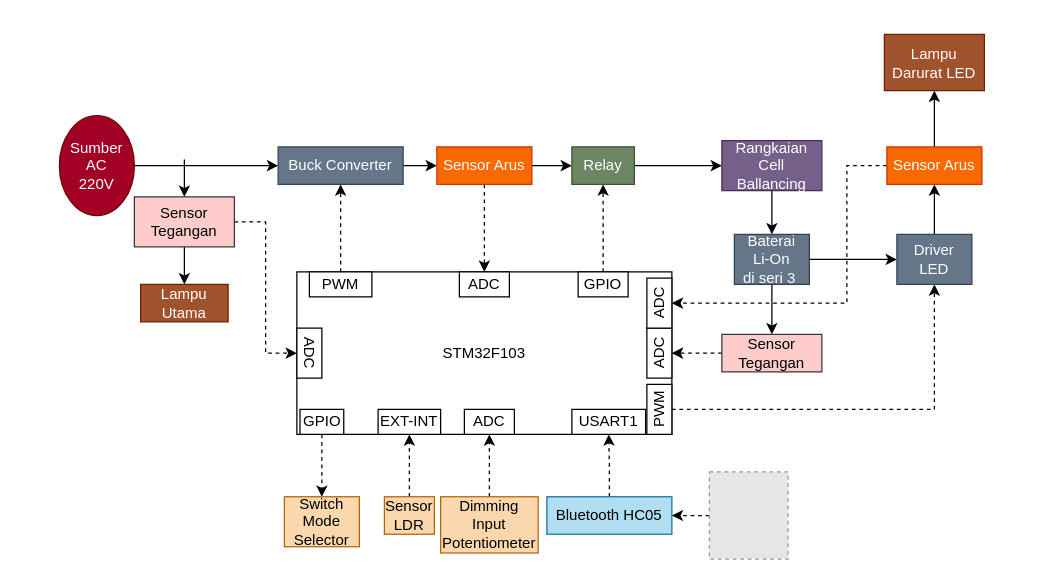
Before: fixblok.drawio in Alfinaatika9/CRUD, a draw.io diagram. Source tidied: cells renumbered, new cells numbered last; positions are measured from the earlier drawing's top-left corner, leaving out a move shared by most shapes. Both pictures are drawn from the tidied source at 125%, with x=0, y=0 at pixel (59, 34). Pictures stored in the file or linked from it are replaced by grey dashed boxes.
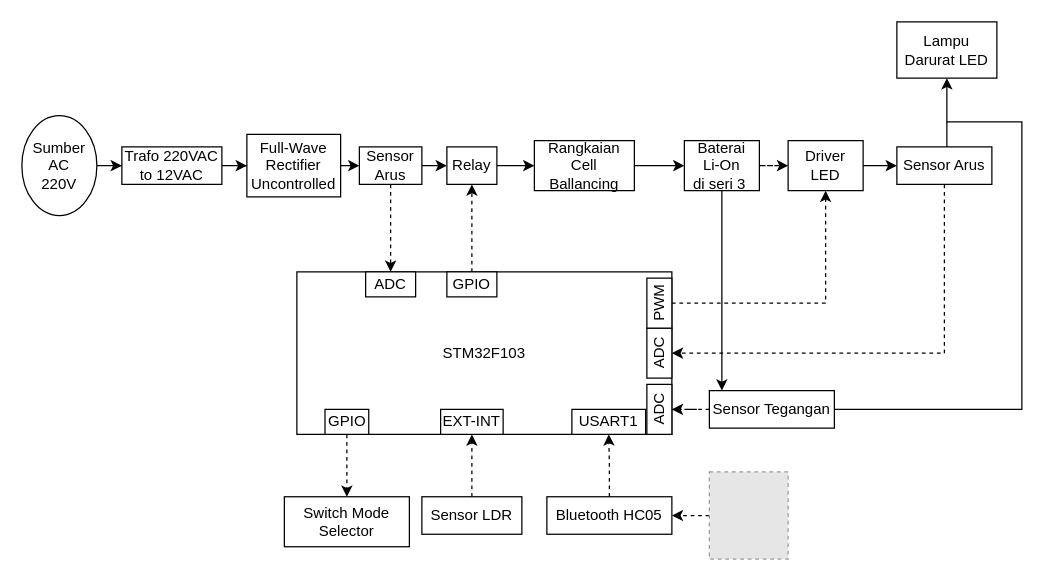
Above is the later version.

Unchanged cells that the change refers to:
```xml
<mxCell id="6" value="STM32F103" style="rounded=0;whiteSpace=wrap;html=1;" parent="1" vertex="1">
  <mxGeometry x="190" y="190" width="300" height="130" as="geometry" />
</mxCell>
<mxCell id="28" value="ADC" style="rounded=0;whiteSpace=wrap;html=1;rotation=-90;" parent="1" vertex="1">
  <mxGeometry x="460" y="245" width="40" height="20" as="geometry" />
</mxCell>
```

Diff of the diagram source:
```diff
@@
-    <mxCell id="2" style="edgeStyle=orthogonalEdgeStyle;rounded=0;jettySize=auto;html=1;" parent="1" edge="1" source="3" target="5">
-      <mxGeometry relative="1" as="geometry">
-        <Array as="points">
-          <mxPoint x="90" y="105" />
-          <mxPoint x="90" y="105" />
-        </Array>
-      </mxGeometry>
-    </mxCell>
+    <mxCell id="54" style="edgeStyle=orthogonalEdgeStyle;rounded=0;jettySize=auto;html=1;" parent="1" edge="1" source="3" target="60">
+      <mxGeometry relative="1" as="geometry" />
+    </mxCell>
-    <mxCell id="3" value="Sumber AC&lt;br&gt;220V" style="ellipse;whiteSpace=wrap;html=1;direction=south;fillColor=#a20025;strokeColor=#6F0000;fontColor=#ffffff;" parent="1" vertex="1">
-      <mxGeometry y="65" width="60" height="80" as="geometry" />
+    <mxCell id="3" value="Sumber AC&lt;br&gt;220V" style="ellipse;whiteSpace=wrap;html=1;direction=south;" parent="1" vertex="1">
+      <mxGeometry x="-30" y="65" width="60" height="80" as="geometry" />
     </mxCell>
-    <mxCell id="4" style="edgeStyle=orthogonalEdgeStyle;rounded=0;jettySize=auto;html=1;" parent="1" edge="1" source="5" target="17">
+    <mxCell id="4" style="edgeStyle=orthogonalEdgeStyle;rounded=0;jettySize=auto;html=1;exitX=1;exitY=0.5;exitDx=0;exitDy=0;entryX=0;entryY=0.5;entryDx=0;entryDy=0;" parent="1" edge="1" source="5" target="17">
       <mxGeometry relative="1" as="geometry" />
     </mxCell>
-    <mxCell id="5" value="Buck Converter" style="rounded=0;whiteSpace=wrap;html=1;fillColor=#647687;strokeColor=#314354;fontColor=#ffffff;" parent="1" vertex="1">
-      <mxGeometry x="175" y="90" width="100" height="30" as="geometry" />
+    <mxCell id="5" value="Full-Wave Rectifier Uncontrolled" style="rounded=0;whiteSpace=wrap;html=1;" parent="1" vertex="1">
+      <mxGeometry x="150" y="80" width="75" height="50" as="geometry" />
     </mxCell>
@@
-    <mxCell id="7" style="edgeStyle=orthogonalEdgeStyle;rounded=0;jettySize=auto;html=1;dashed=1;" parent="1" edge="1" source="8" target="5">
-      <mxGeometry relative="1" as="geometry" />
-    </mxCell>
-    <mxCell id="8" value="PWM" style="rounded=0;whiteSpace=wrap;html=1;" parent="1" vertex="1">
-      <mxGeometry x="200" y="190" width="50" height="20" as="geometry" />
-    </mxCell>
-    <mxCell id="9" value="ADC" style="rounded=0;whiteSpace=wrap;html=1;rotation=90;" parent="1" vertex="1">
-      <mxGeometry x="180" y="245" width="40" height="20" as="geometry" />
-    </mxCell>
-    <mxCell id="10" style="edgeStyle=orthogonalEdgeStyle;rounded=0;jettySize=auto;html=1;" parent="1" edge="1" source="12" target="13">
-      <mxGeometry relative="1" as="geometry" />
-    </mxCell>
-    <mxCell id="11" style="edgeStyle=orthogonalEdgeStyle;rounded=0;jettySize=auto;html=1;entryX=0;entryY=0.5;entryDx=0;entryDy=0;dashed=1;" parent="1" edge="1" source="12" target="6">
-      <mxGeometry relative="1" as="geometry" />
-    </mxCell>
-    <mxCell id="12" value="Sensor Tegangan" style="rounded=0;whiteSpace=wrap;html=1;fillColor=#ffcccc;strokeColor=#36393d;" parent="1" vertex="1">
-      <mxGeometry x="60" y="130" width="80" height="40" as="geometry" />
-    </mxCell>
-    <mxCell id="13" value="Lampu Utama" style="rounded=0;whiteSpace=wrap;html=1;fillColor=#a0522d;strokeColor=#6D1F00;fontColor=#ffffff;" parent="1" vertex="1">
-      <mxGeometry x="65" y="200" width="70" height="30" as="geometry" />
-    </mxCell>
-    <mxCell id="14" style="endArrow=classic;html=1;entryX=0.5;entryY=0;entryDx=0;entryDy=0;" parent="1" edge="1" target="12">
-      <mxGeometry relative="1" as="geometry">
-        <mxPoint x="100" y="100" as="sourcePoint" />
-      </mxGeometry>
-    </mxCell>
-    <mxCell id="15" style="edgeStyle=orthogonalEdgeStyle;rounded=0;jettySize=auto;html=1;dashed=1;" parent="1" edge="1" source="17" target="6">
-      <mxGeometry relative="1" as="geometry" />
-    </mxCell>
-    <mxCell id="16" style="edgeStyle=orthogonalEdgeStyle;rounded=0;jettySize=auto;html=1;" parent="1" edge="1" source="17" target="20">
-      <mxGeometry relative="1" as="geometry" />
-    </mxCell>
-    <mxCell id="17" value="Sensor Arus" style="rounded=0;whiteSpace=wrap;html=1;fillColor=#fa6800;strokeColor=#C73500;fontColor=#ffffff;" parent="1" vertex="1">
-      <mxGeometry x="302" y="90" width="76" height="30" as="geometry" />
-    </mxCell>
-    <mxCell id="18" value="ADC" style="rounded=0;whiteSpace=wrap;html=1;rotation=0;" parent="1" vertex="1">
-      <mxGeometry x="320" y="190" width="40" height="20" as="geometry" />
-    </mxCell>
@@
-    <mxCell id="20" value="Relay" style="rounded=0;whiteSpace=wrap;html=1;fillColor=#6d8764;strokeColor=#3A5431;fontColor=#ffffff;" parent="1" vertex="1">
-      <mxGeometry x="410" y="90" width="50" height="30" as="geometry" />
+    <mxCell id="20" value="Relay" style="rounded=0;whiteSpace=wrap;html=1;" parent="1" vertex="1">
+      <mxGeometry x="310" y="90" width="40" height="30" as="geometry" />
     </mxCell>
@@
     <mxCell id="22" value="GPIO" style="rounded=0;whiteSpace=wrap;html=1;rotation=0;" parent="1" vertex="1">
-      <mxGeometry x="415" y="190" width="40" height="20" as="geometry" />
+      <mxGeometry x="310" y="190" width="40" height="20" as="geometry" />
     </mxCell>
+    <mxCell id="24" style="edgeStyle=orthogonalEdgeStyle;rounded=0;jettySize=auto;html=1;entryX=0;entryY=0.5;entryDx=0;entryDy=0;dashed=1;" parent="1" edge="1" source="25" target="49">
+      <mxGeometry relative="1" as="geometry" />
+    </mxCell>
-    <mxCell id="23" style="edgeStyle=orthogonalEdgeStyle;rounded=0;jettySize=auto;html=1;exitX=0.5;exitY=1;exitDx=0;exitDy=0;entryX=0.5;entryY=0;entryDx=0;entryDy=0;" parent="1" edge="1" source="25" target="27">
-      <mxGeometry relative="1" as="geometry" />
+    <mxCell id="23" style="edgeStyle=orthogonalEdgeStyle;rounded=0;jettySize=auto;html=1;" parent="1" edge="1" source="25" target="27">
+      <mxGeometry relative="1" as="geometry">
+        <Array as="points">
+          <mxPoint x="530" y="250" />
+          <mxPoint x="530" y="250" />
+        </Array>
+      </mxGeometry>
     </mxCell>
-    <mxCell id="24" style="edgeStyle=orthogonalEdgeStyle;rounded=0;jettySize=auto;html=1;" parent="1" edge="1" source="25" target="49">
-      <mxGeometry relative="1" as="geometry" />
-    </mxCell>
-    <mxCell id="25" value="Baterai &lt;br&gt;Li-On &lt;br&gt;di seri 3&amp;nbsp;" style="rounded=0;whiteSpace=wrap;html=1;fillColor=#647687;strokeColor=#314354;fontColor=#ffffff;" parent="1" vertex="1">
-      <mxGeometry x="540" y="160" width="60" height="40" as="geometry" />
+    <mxCell id="25" value="Baterai &lt;br&gt;Li-On &lt;br&gt;di seri 3&amp;nbsp;" style="rounded=0;whiteSpace=wrap;html=1;" parent="1" vertex="1">
+      <mxGeometry x="500" y="85" width="60" height="40" as="geometry" />
     </mxCell>
-    <mxCell id="26" style="edgeStyle=orthogonalEdgeStyle;rounded=0;jettySize=auto;html=1;dashed=1;" parent="1" edge="1" source="27" target="6">
-      <mxGeometry relative="1" as="geometry" />
-    </mxCell>
+    <mxCell id="55" style="edgeStyle=orthogonalEdgeStyle;rounded=0;jettySize=auto;html=1;entryX=0.5;entryY=1;entryDx=0;entryDy=0;dashed=1;" parent="1" edge="1" source="27" target="30">
+      <mxGeometry relative="1" as="geometry" />
+    </mxCell>
+    <mxCell id="56" style="edgeStyle=orthogonalEdgeStyle;rounded=0;jettySize=auto;html=1;" parent="1" edge="1" source="27" target="47">
+      <mxGeometry relative="1" as="geometry">
+        <Array as="points">
+          <mxPoint x="770" y="300" />
+          <mxPoint x="770" y="70" />
+          <mxPoint x="710" y="70" />
+        </Array>
+      </mxGeometry>
+    </mxCell>
-    <mxCell id="27" value="Sensor Tegangan" style="rounded=0;whiteSpace=wrap;html=1;fillColor=#ffcccc;strokeColor=#36393d;" parent="1" vertex="1">
-      <mxGeometry x="530" y="240" width="80" height="30" as="geometry" />
+    <mxCell id="27" value="Sensor Tegangan" style="rounded=0;whiteSpace=wrap;html=1;" parent="1" vertex="1">
+      <mxGeometry x="520" y="285" width="100" height="30" as="geometry" />
     </mxCell>
@@
-    <mxCell id="29" style="edgeStyle=orthogonalEdgeStyle;rounded=0;jettySize=auto;html=1;entryX=0.5;entryY=1;entryDx=0;entryDy=0;dashed=1;" parent="1" edge="1" source="30" target="49">
-      <mxGeometry relative="1" as="geometry" />
-    </mxCell>
-    <mxCell id="30" value="PWM" style="rounded=0;whiteSpace=wrap;html=1;rotation=-90;" parent="1" vertex="1">
+    <mxCell id="30" value="ADC" style="rounded=0;whiteSpace=wrap;html=1;rotation=-90;" parent="1" vertex="1">
       <mxGeometry x="460" y="290" width="40" height="20" as="geometry" />
     </mxCell>
@@
-    <mxCell id="32" value="Sensor LDR" style="rounded=0;whiteSpace=wrap;html=1;fillColor=#fad7ac;strokeColor=#b46504;" parent="1" vertex="1">
-      <mxGeometry x="260" y="369.9" width="40" height="30" as="geometry" />
+    <mxCell id="32" value="Sensor LDR" style="rounded=0;whiteSpace=wrap;html=1;" parent="1" vertex="1">
+      <mxGeometry x="290" y="369.9" width="80" height="30" as="geometry" />
     </mxCell>
     <mxCell id="33" value="EXT-INT" style="rounded=0;whiteSpace=wrap;html=1;" parent="1" vertex="1">
-      <mxGeometry x="255" y="300" width="50" height="20" as="geometry" />
+      <mxGeometry x="305" y="300" width="50" height="20" as="geometry" />
     </mxCell>
@@
-    <mxCell id="35" value="Bluetooth HC05" style="rounded=0;whiteSpace=wrap;html=1;fillColor=#b1ddf0;strokeColor=#10739e;" parent="1" vertex="1">
+    <mxCell id="35" value="Bluetooth HC05" style="rounded=0;whiteSpace=wrap;html=1;" parent="1" vertex="1">
       <mxGeometry x="390" y="369.9" width="100" height="30" as="geometry" />
     </mxCell>
@@
-    <mxCell id="39" style="edgeStyle=orthogonalEdgeStyle;rounded=0;jettySize=auto;html=1;entryX=0.5;entryY=0;entryDx=0;entryDy=0;" parent="1" edge="1" source="40" target="25">
+    <mxCell id="39" style="edgeStyle=orthogonalEdgeStyle;rounded=0;jettySize=auto;html=1;" parent="1" edge="1" source="40" target="25">
       <mxGeometry relative="1" as="geometry" />
     </mxCell>
-    <mxCell id="40" value="Rangkaian Cell Ballancing" style="rounded=0;whiteSpace=wrap;html=1;fillColor=#76608a;strokeColor=#432D57;fontColor=#ffffff;" parent="1" vertex="1">
-      <mxGeometry x="530" y="85" width="80" height="40" as="geometry" />
+    <mxCell id="40" value="Rangkaian Cell Ballancing" style="rounded=0;whiteSpace=wrap;html=1;" parent="1" vertex="1">
+      <mxGeometry x="380" y="85" width="80" height="40" as="geometry" />
     </mxCell>
@@
     <mxCell id="42" value="GPIO" style="rounded=0;whiteSpace=wrap;html=1;" parent="1" vertex="1">
-      <mxGeometry x="192.5" y="300" width="35" height="20" as="geometry" />
+      <mxGeometry x="212.5" y="300" width="35" height="20" as="geometry" />
     </mxCell>
-    <mxCell id="43" value="Switch Mode Selector" style="rounded=0;whiteSpace=wrap;html=1;fillColor=#fad7ac;strokeColor=#b46504;" parent="1" vertex="1">
-      <mxGeometry x="180" y="369.9" width="60" height="40" as="geometry" />
+    <mxCell id="43" value="Switch Mode Selector" style="rounded=0;whiteSpace=wrap;html=1;" parent="1" vertex="1">
+      <mxGeometry x="180" y="369.9" width="100" height="40" as="geometry" />
     </mxCell>
-    <mxCell id="44" value="ADC" style="rounded=0;whiteSpace=wrap;html=1;rotation=0;" parent="1" vertex="1">
-      <mxGeometry x="324" y="300" width="40" height="20" as="geometry" />
-    </mxCell>
-    <mxCell id="45" style="edgeStyle=orthogonalEdgeStyle;rounded=0;jettySize=auto;html=1;dashed=1;" parent="1" edge="1" source="46" target="44">
-      <mxGeometry relative="1" as="geometry" />
-    </mxCell>
-    <mxCell id="46" value="Dimming Input Potentiometer" style="rounded=0;whiteSpace=wrap;html=1;fillColor=#fad7ac;strokeColor=#b46504;" parent="1" vertex="1">
-      <mxGeometry x="305" y="369.9" width="78" height="45" as="geometry" />
-    </mxCell>
-    <mxCell id="47" value="Lampu Darurat LED" style="rounded=0;whiteSpace=wrap;html=1;fillColor=#a0522d;strokeColor=#6D1F00;fontColor=#ffffff;" parent="1" vertex="1">
-      <mxGeometry x="660" width="80" height="45" as="geometry" />
+    <mxCell id="47" value="Lampu Darurat LED" style="rounded=0;whiteSpace=wrap;html=1;" parent="1" vertex="1">
+      <mxGeometry x="670" y="-10" width="80" height="45" as="geometry" />
     </mxCell>
-    <mxCell id="48" style="edgeStyle=orthogonalEdgeStyle;rounded=0;jettySize=auto;html=1;" parent="1" edge="1" source="49" target="52">
+    <mxCell id="48" style="edgeStyle=orthogonalEdgeStyle;rounded=0;jettySize=auto;html=1;entryX=0;entryY=0.5;entryDx=0;entryDy=0;" parent="1" edge="1" source="49" target="52">
       <mxGeometry relative="1" as="geometry" />
     </mxCell>
-    <mxCell id="49" value="Driver LED" style="rounded=0;whiteSpace=wrap;html=1;fillColor=#647687;strokeColor=#314354;fontColor=#ffffff;" parent="1" vertex="1">
-      <mxGeometry x="670" y="160" width="60" height="40" as="geometry" />
+    <mxCell id="49" value="Driver LED" style="rounded=0;whiteSpace=wrap;html=1;" parent="1" vertex="1">
+      <mxGeometry x="583" y="85" width="60" height="40" as="geometry" />
     </mxCell>
-    <mxCell id="50" style="edgeStyle=orthogonalEdgeStyle;rounded=0;jettySize=auto;html=1;" parent="1" edge="1" source="52" target="47">
-      <mxGeometry relative="1" as="geometry" />
-    </mxCell>
-    <mxCell id="51" style="edgeStyle=orthogonalEdgeStyle;rounded=0;jettySize=auto;html=1;exitX=0;exitY=0.5;exitDx=0;exitDy=0;entryX=0.5;entryY=1;entryDx=0;entryDy=0;dashed=1;" parent="1" edge="1" source="52" target="53">
-      <mxGeometry relative="1" as="geometry">
-        <Array as="points">
-          <mxPoint x="630" y="105" />
-          <mxPoint x="630" y="215" />
-        </Array>
-      </mxGeometry>
-    </mxCell>
+    <mxCell id="57" style="edgeStyle=orthogonalEdgeStyle;rounded=0;jettySize=auto;html=1;entryX=0.5;entryY=1;entryDx=0;entryDy=0;dashed=1;" parent="1" edge="1" source="52" target="28">
+      <mxGeometry relative="1" as="geometry">
+        <Array as="points">
+          <mxPoint x="708" y="255" />
+        </Array>
+      </mxGeometry>
+    </mxCell>
-    <mxCell id="52" value="Sensor Arus" style="rounded=0;whiteSpace=wrap;html=1;fillColor=#fa6800;strokeColor=#C73500;fontColor=#ffffff;" parent="1" vertex="1">
-      <mxGeometry x="662" y="90" width="76" height="30" as="geometry" />
+    <mxCell id="52" value="Sensor Arus" style="rounded=0;whiteSpace=wrap;html=1;" parent="1" vertex="1">
+      <mxGeometry x="670" y="90" width="76" height="30" as="geometry" />
     </mxCell>
+    <mxCell id="58" style="edgeStyle=orthogonalEdgeStyle;rounded=0;jettySize=auto;html=1;entryX=0.5;entryY=1;entryDx=0;entryDy=0;dashed=1;" parent="1" edge="1" source="53" target="49">
+      <mxGeometry relative="1" as="geometry" />
+    </mxCell>
-    <mxCell id="53" value="ADC" style="rounded=0;whiteSpace=wrap;html=1;rotation=-90;" parent="1" vertex="1">
+    <mxCell id="53" value="PWM" style="rounded=0;whiteSpace=wrap;html=1;rotation=-90;" parent="1" vertex="1">
       <mxGeometry x="460" y="205" width="40" height="20" as="geometry" />
     </mxCell>
+    <mxCell id="59" style="edgeStyle=orthogonalEdgeStyle;rounded=0;jettySize=auto;html=1;" parent="1" edge="1" source="60" target="5">
+      <mxGeometry relative="1" as="geometry" />
+    </mxCell>
+    <mxCell id="60" value="Trafo 220VAC to 12VAC" style="rounded=0;whiteSpace=wrap;html=1;" parent="1" vertex="1">
+      <mxGeometry x="50" y="90" width="80" height="30" as="geometry" />
+    </mxCell>
+    <mxCell id="61" style="endArrow=none;html=1;" parent="1" edge="1">
+      <mxGeometry relative="1" as="geometry">
+        <mxPoint x="710" y="90" as="sourcePoint" />
+        <mxPoint x="710" y="70" as="targetPoint" />
+      </mxGeometry>
+    </mxCell>
+    <mxCell id="16" style="edgeStyle=orthogonalEdgeStyle;rounded=0;jettySize=auto;html=1;exitX=1;exitY=0.5;exitDx=0;exitDy=0;entryX=0;entryY=0.5;entryDx=0;entryDy=0;" parent="1" edge="1" source="17" target="20">
+      <mxGeometry relative="1" as="geometry" />
+    </mxCell>
+    <mxCell id="62" style="edgeStyle=orthogonalEdgeStyle;rounded=0;jettySize=auto;html=1;entryX=0.5;entryY=0;entryDx=0;entryDy=0;dashed=1;" parent="1" edge="1" source="17" target="63">
+      <mxGeometry relative="1" as="geometry" />
+    </mxCell>
+    <mxCell id="17" value="Sensor Arus" style="rounded=0;whiteSpace=wrap;html=1;" parent="1" vertex="1">
+      <mxGeometry x="240" y="90" width="50" height="30" as="geometry" />
+    </mxCell>
+    <mxCell id="63" value="ADC" style="rounded=0;whiteSpace=wrap;html=1;rotation=0;" parent="1" vertex="1">
+      <mxGeometry x="245" y="190" width="40" height="20" as="geometry" />
+    </mxCell>
```
